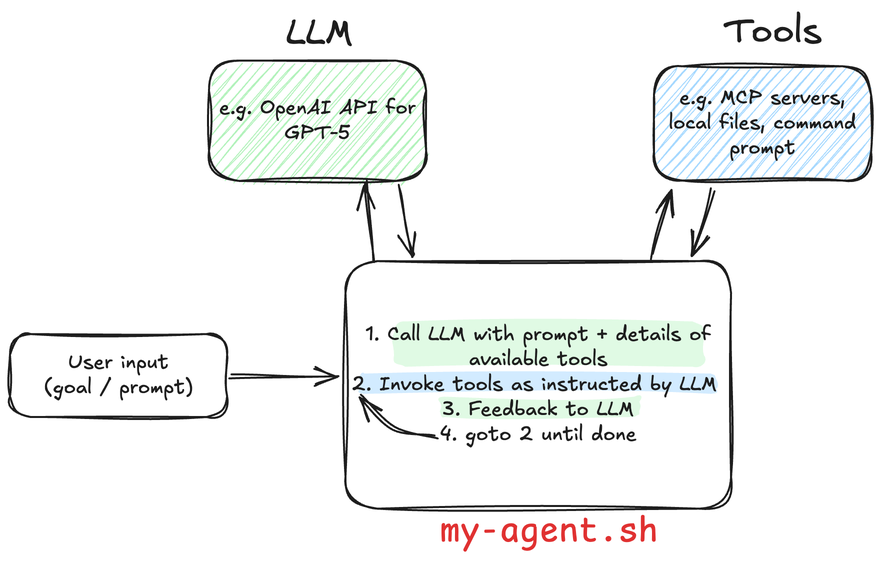
Above: static/images/2025/10/simple-agent.excalidraw.png in rmoff/rmoff-blog (Excalidraw), before the change. Source tidied: one line per element, renumbered; positions are measured from the earlier drawing's top-left corner, leaving out a move shared by most shapes.
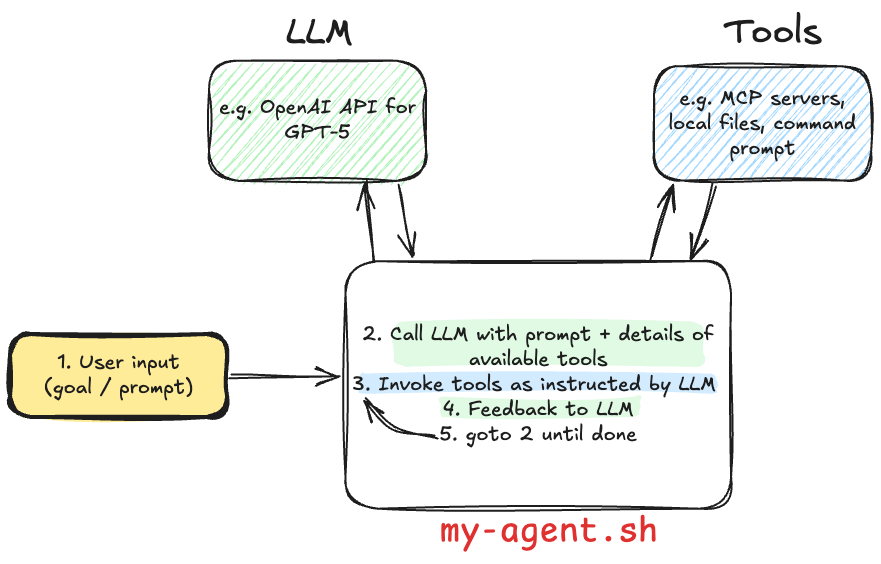
After the commit.

Change to the diagram source:
```diff
@@ -1,12 +1,12 @@
 {"id": 0, "type": "rectangle", "strokeColor": "transparent", "backgroundColor": "#a5d8ff", "fillStyle": "solid", "strokeWidth": 2, "roughness": 2, "opacity": 50, "round": true, "x": 349, "y": 364, "width": 357, "height": 20}
 {"id": 1, "type": "rectangle", "strokeColor": "transparent", "backgroundColor": "#b2f2bb", "fillStyle": "solid", "strokeWidth": 2, "roughness": 2, "opacity": 40, "round": true, "x": 384, "y": 311, "width": 310, "height": 45}
 {"id": 2, "type": "rectangle", "strokeColor": "transparent", "backgroundColor": "#b2f2bb", "fillStyle": "solid", "strokeWidth": 2, "roughness": 2, "opacity": 40, "round": true, "x": 429, "y": 387, "width": 200, "height": 20}
-{"id": 3, "type": "rectangle", "strokeColor": "#1e1e1e", "strokeWidth": 2, "roughness": 2, "round": true, "x": 0, "y": 324, "width": 217, "height": 83}
+{"id": 3, "type": "rectangle", "strokeColor": "#1e1e1e", "backgroundColor": "#ffec99", "fillStyle": "solid", "strokeWidth": 4, "roughness": 2, "round": true, "x": 0, "y": 324, "width": 217, "height": 83}
-{"id": 4, "type": "text", "text": "User input\n(goal / prompt)", "strokeColor": "#1e1e1e", "strokeWidth": 2, "roughness": 1, "fontSize": 20, "fontFamily": 5, "textAlign": "center", "verticalAlign": "middle", "inside": 3, "x": 34, "y": 341, "width": 149, "height": 50}
+{"id": 4, "type": "text", "text": "1. User input\n(goal / prompt)", "strokeColor": "#1e1e1e", "strokeWidth": 2, "roughness": 1, "fontSize": 20, "fontFamily": 5, "textAlign": "center", "verticalAlign": "middle", "inside": 3, "x": 34, "y": 341, "width": 149, "height": 50}
 {"id": 5, "type": "rectangle", "strokeColor": "#1e1e1e", "strokeWidth": 2, "roughness": 2, "round": true, "x": 335, "y": 251, "width": 386, "height": 248}
-{"id": 6, "type": "text", "text": "1. Call LLM with prompt + details of\navailable tools\n2. Invoke tools as instructed by LLM \n3. Feedback to LLM\n4. goto 2 until done", "strokeColor": "#1e1e1e", "strokeWidth": 2, "roughness": 1, "fontSize": 20, "fontFamily": 5, "textAlign": "center", "verticalAlign": "middle", "inside": 5, "x": 342, "y": 312, "width": 373, "height": 125}
+{"id": 6, "type": "text", "text": "2. Call LLM with prompt + details of\navailable tools\n3. Invoke tools as instructed by LLM \n4. Feedback to LLM\n5. goto 2 until done", "strokeColor": "#1e1e1e", "strokeWidth": 2, "roughness": 1, "fontSize": 20, "fontFamily": 5, "textAlign": "center", "verticalAlign": "middle", "inside": 5, "x": 343, "y": 312, "width": 371, "height": 125}
 {"id": 7, "type": "text", "text": "my-agent.sh", "strokeColor": "#e03131", "strokeWidth": 2, "roughness": 2, "fontSize": 36, "fontFamily": 8, "x": 430, "y": 499, "width": 218, "height": 45}
-{"id": 8, "type": "arrow", "strokeColor": "#1e1e1e", "strokeWidth": 2, "roughness": 2, "endArrowhead": "arrow", "round": true, "to": 5, "x": 427, "y": 429, "width": 79, "height": 45, "points": [[0, 0], [-43, -11], [-79, -45]]}
+{"id": 8, "type": "arrow", "strokeColor": "#1e1e1e", "strokeWidth": 2, "roughness": 2, "endArrowhead": "arrow", "round": true, "to": 5, "x": 427, "y": 429, "width": 74, "height": 42, "points": [[0, 0], [-43, -11], [-74, -42]]}
 {"id": 9, "type": "rectangle", "strokeColor": "#1e1e1e", "backgroundColor": "#b2f2bb", "fillStyle": "hachure", "strokeWidth": 2, "roughness": 2, "round": true, "x": 199, "y": 51, "width": 217, "height": 120}
 {"id": 10, "type": "text", "text": "e.g. OpenAI API for\nGPT-5", "strokeColor": "#1e1e1e", "strokeWidth": 2, "roughness": 1, "fontSize": 20, "fontFamily": 5, "textAlign": "center", "verticalAlign": "middle", "inside": 9, "x": 209, "y": 86, "width": 197, "height": 50}
 {"id": 11, "type": "rectangle", "strokeColor": "#1e1e1e", "backgroundColor": "#a5d8ff", "fillStyle": "hachure", "strokeWidth": 2, "roughness": 2, "round": true, "x": 644, "y": 56, "width": 217, "height": 114}
@@ -14,7 +14,7 @@
 {"id": 13, "type": "text", "text": "LLM", "strokeColor": "#1e1e1e", "strokeWidth": 2, "roughness": 2, "fontSize": 36, "fontFamily": 5, "x": 276, "y": 2, "width": 67, "height": 45}
 {"id": 14, "type": "text", "text": "Tools", "strokeColor": "#1e1e1e", "strokeWidth": 2, "roughness": 2, "fontSize": 36, "fontFamily": 5, "x": 713, "y": 0, "width": 98, "height": 45}
 {"id": 15, "type": "arrow", "strokeColor": "#1e1e1e", "strokeWidth": 2, "roughness": 2, "endArrowhead": "arrow", "from": 5, "to": 9, "x": 366, "y": 251, "width": 11, "height": 76, "points": [[0, 0], [-11, -76]]}
-{"id": 16, "type": "arrow", "strokeColor": "#1e1e1e", "strokeWidth": 2, "roughness": 2, "endArrowhead": "arrow", "from": 9, "to": 5, "x": 391, "y": 175, "width": 11, "height": 72, "points": [[0, 0], [11, 72]]}
+{"id": 16, "type": "arrow", "strokeColor": "#1e1e1e", "strokeWidth": 2, "roughness": 2, "endArrowhead": "arrow", "from": 9, "to": 5, "x": 390, "y": 175, "width": 11, "height": 72, "points": [[0, 0], [11, 72]]}
-{"id": 17, "type": "arrow", "strokeColor": "#1e1e1e", "strokeWidth": 2, "roughness": 2, "endArrowhead": "arrow", "from": 5, "to": 11, "x": 641, "y": 246, "width": 19, "height": 64, "points": [[0, 0], [19, -64]]}
+{"id": 17, "type": "arrow", "strokeColor": "#1e1e1e", "strokeWidth": 2, "roughness": 2, "endArrowhead": "arrow", "from": 5, "to": 11, "x": 641, "y": 248, "width": 22, "height": 71, "points": [[0, 0], [22, -71]]}
-{"id": 18, "type": "arrow", "strokeColor": "#1e1e1e", "strokeWidth": 2, "roughness": 2, "endArrowhead": "arrow", "from": 11, "to": 5, "x": 703, "y": 180, "width": 21, "height": 64, "points": [[0, 0], [-21, 64]]}
+{"id": 18, "type": "arrow", "strokeColor": "#1e1e1e", "strokeWidth": 2, "roughness": 2, "endArrowhead": "arrow", "from": 11, "to": 5, "x": 705, "y": 175, "width": 23, "height": 72, "points": [[0, 0], [-23, 72]]}
-{"id": 19, "type": "arrow", "strokeColor": "#1e1e1e", "strokeWidth": 2, "roughness": 2, "endArrowhead": "arrow", "from": 3, "to": 5, "x": 219, "y": 367, "width": 110, "height": 2, "points": [[0, 0], [110, -2]]}
+{"id": 19, "type": "arrow", "strokeColor": "#1e1e1e", "strokeWidth": 2, "roughness": 2, "endArrowhead": "arrow", "from": 3, "to": 5, "x": 218, "y": 367, "width": 111, "height": 2, "points": [[0, 0], [111, -2]]}
```
